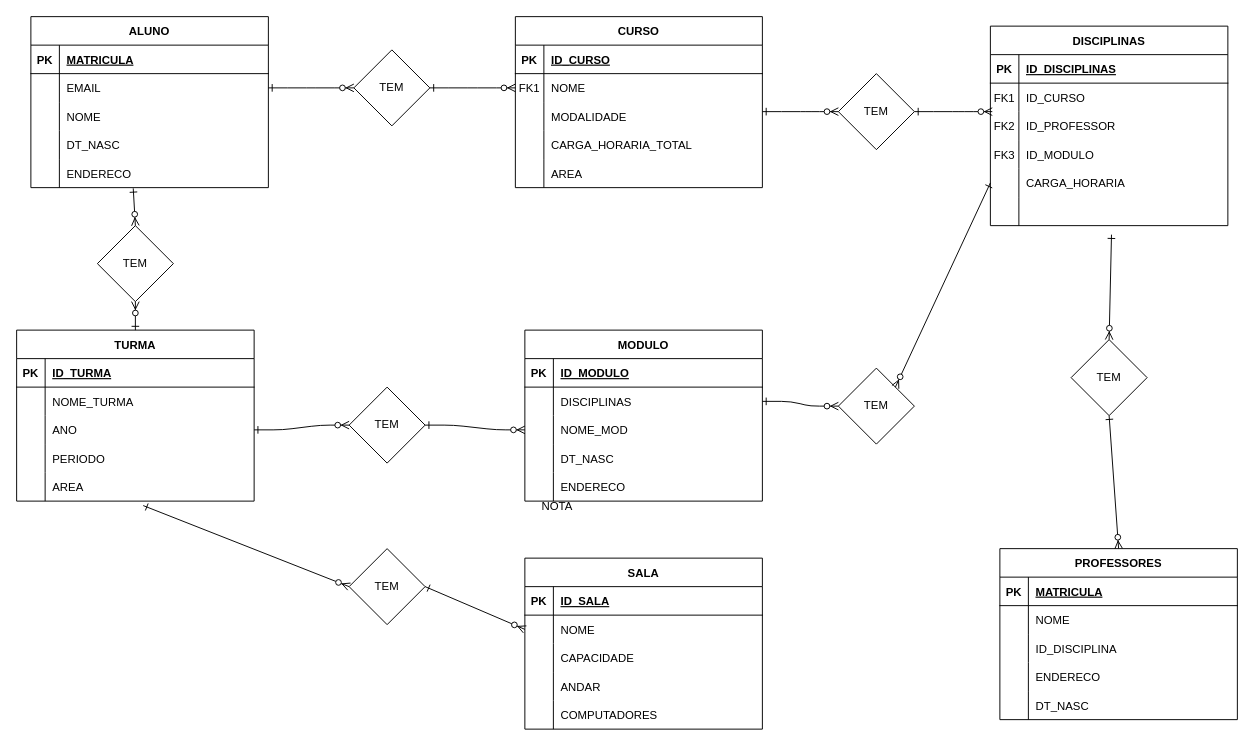
adrianopspadilha/BDR-W keeps this draw.io diagram as Diagrama sem nome.drawio. Above is the earlier version. Source tidied: cells renumbered, new cells numbered last; positions are measured from the earlier drawing's top-left corner, leaving out a move shared by most shapes. Both pictures are drawn from the tidied source at 95%, with x=0, y=0 at pixel (16, 16).
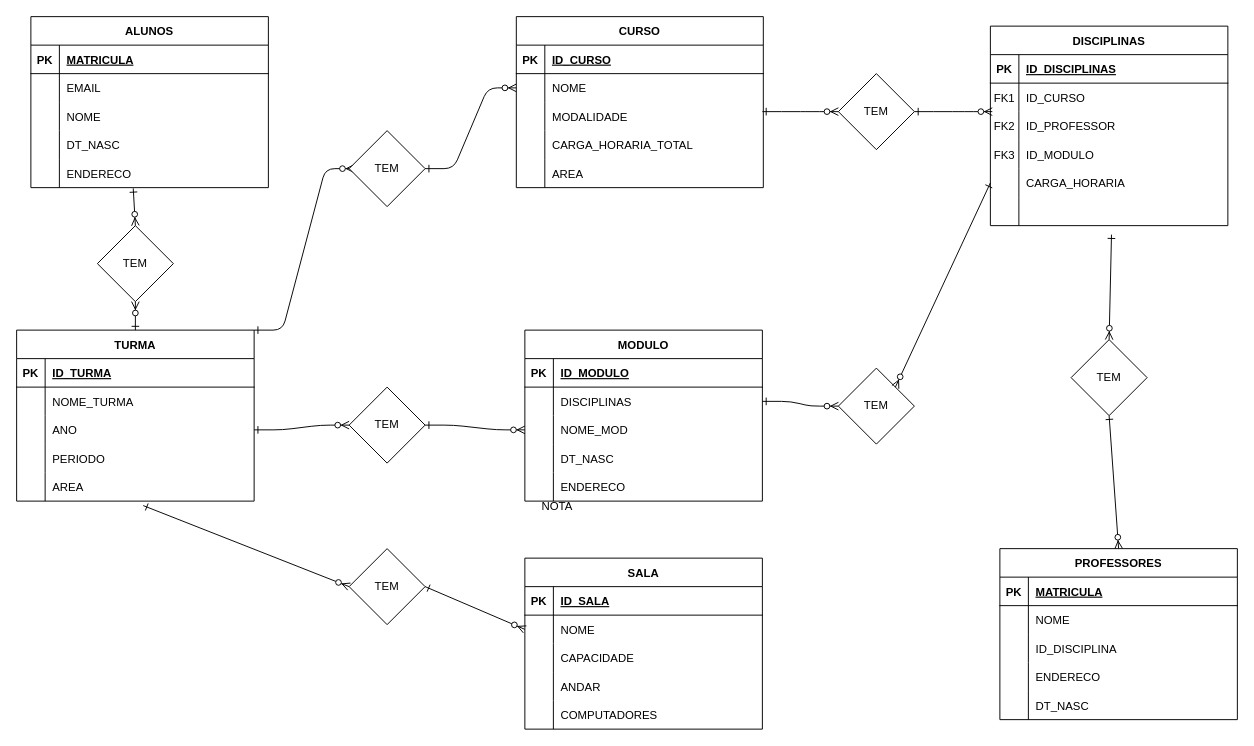
The same page after the edit.

Unchanged cells that the change refers to:
```xml
<mxCell id="8" style="shape=partialRectangle;fillColor=none;points=[[0,0.5],[1,0.5]];portConstraint=eastwest;top=0;left=0;right=0;bottom=0;" parent="4" vertex="1">
  <mxGeometry y="60" width="260" height="30" as="geometry" />
</mxCell>
<mxCell id="43" style="shape=partialRectangle;fillColor=none;points=[[0,0.5],[1,0.5]];portConstraint=eastwest;top=0;left=0;right=0;bottom=0;" parent="39" vertex="1">
  <mxGeometry y="60" width="250" height="30" as="geometry" />
</mxCell>
<mxCell id="72" value="TURMA" style="shape=table;startSize=30;childLayout=tableLayout;rowLines=0;fontStyle=1;align=center;" parent="1" vertex="1">
  <mxGeometry y="330" width="250" height="180" as="geometry" />
</mxCell>
```

Diff of the diagram source:
```diff
@@
     <mxCell id="4" value="CURSO" style="shape=table;startSize=30;childLayout=tableLayout;rowLines=0;fontStyle=1;align=center;" parent="1" vertex="1">
-      <mxGeometry x="525" width="260" height="180" as="geometry" />
+      <mxGeometry x="526" width="260" height="180" as="geometry" />
     </mxCell>
@@
-    <mxCell id="9" value="FK1" style="shape=partialRectangle;overflow=hidden;fillColor=none;top=0;left=0;bottom=0;right=0;" parent="8" vertex="1">
+    <mxCell id="9" style="shape=partialRectangle;overflow=hidden;fillColor=none;top=0;left=0;bottom=0;right=0;" parent="8" vertex="1">
       <mxGeometry width="30" height="30" as="geometry" />
     </mxCell>
@@
-    <mxCell id="39" value="ALUNO" style="shape=table;startSize=30;childLayout=tableLayout;rowLines=0;fontStyle=1;align=center;" parent="1" vertex="1">
+    <mxCell id="39" value="ALUNOS" style="shape=table;startSize=30;childLayout=tableLayout;rowLines=0;fontStyle=1;align=center;" parent="1" vertex="1">
       <mxGeometry x="15" width="250" height="180" as="geometry" />
     </mxCell>
@@
-    <mxCell id="129" style="edgeStyle=entityRelationEdgeStyle;endArrow=ERzeroToMany;startArrow=ERone;endFill=1;startFill=0;exitX=1;exitY=0.5;exitDx=0;exitDy=0;entryX=0;entryY=0.5;entryDx=0;entryDy=0;" parent="1" edge="1" source="43" target="130">
+    <mxCell id="129" style="edgeStyle=entityRelationEdgeStyle;endArrow=ERzeroToMany;startArrow=ERone;endFill=1;startFill=0;exitX=1;exitY=0;exitDx=0;exitDy=0;" parent="1" edge="1" source="72">
       <mxGeometry relative="1" as="geometry">
+        <mxPoint x="355" y="160" as="targetPoint" />
         <Array as="points">
-          <mxPoint x="355" y="70" />
+          <mxPoint x="340" y="295" />
         </Array>
       </mxGeometry>
     </mxCell>
     <mxCell id="130" value="TEM" style="rhombus;whiteSpace=wrap;html=1;" parent="1" vertex="1">
-      <mxGeometry x="355" y="35" width="80" height="80" as="geometry" />
+      <mxGeometry x="350" y="120" width="80" height="80" as="geometry" />
     </mxCell>
```
